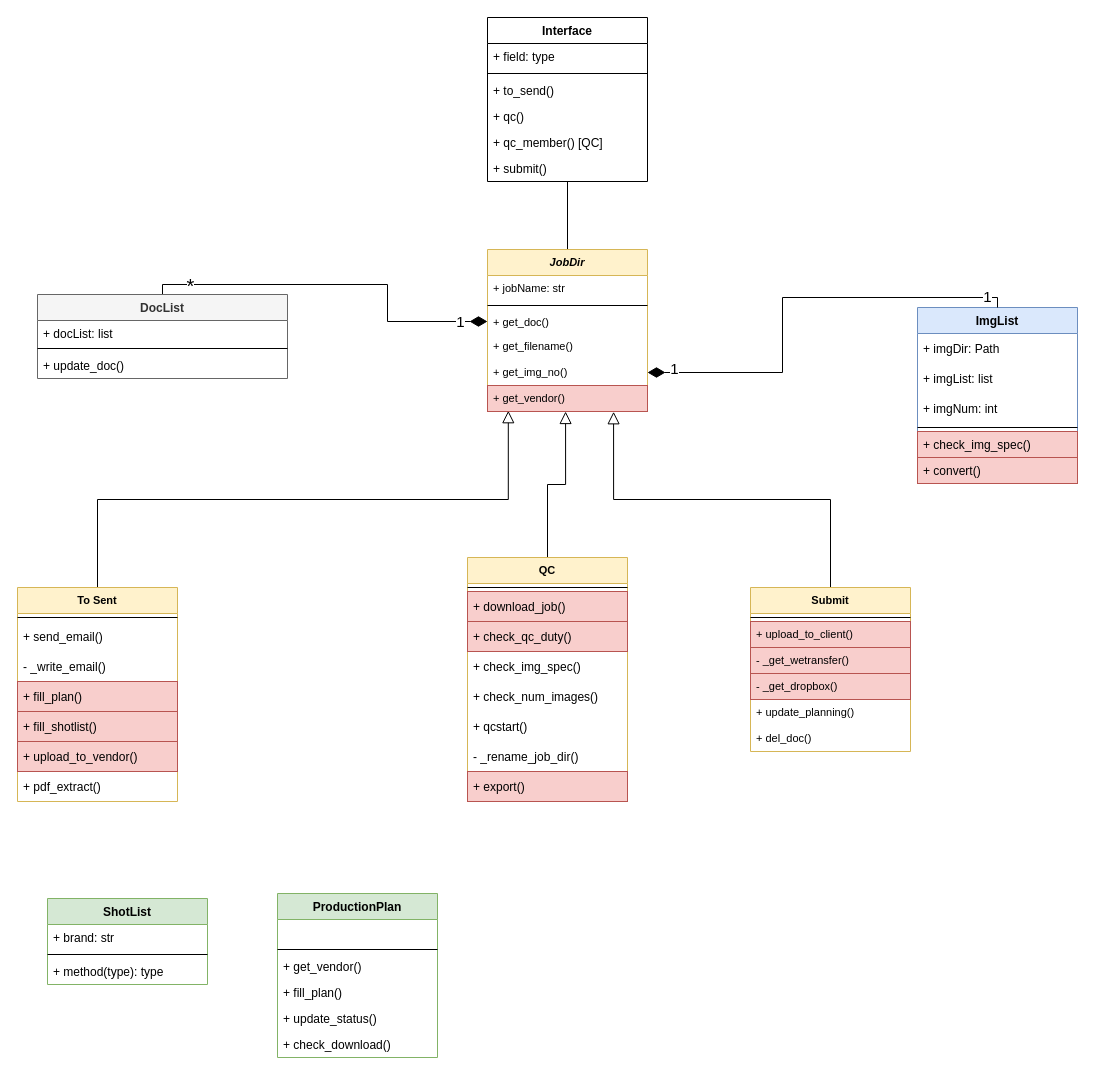
pugtooone/IHS keeps this draw.io diagram as python/IHS Class Diagram.drawio. Above is the earlier version. Source tidied: cells renumbered, new cells numbered last; positions are measured from the earlier drawing's top-left corner, leaving out a move shared by most shapes. Both pictures are drawn from the tidied source at 100%, with x=0, y=0 at pixel (17, 17).
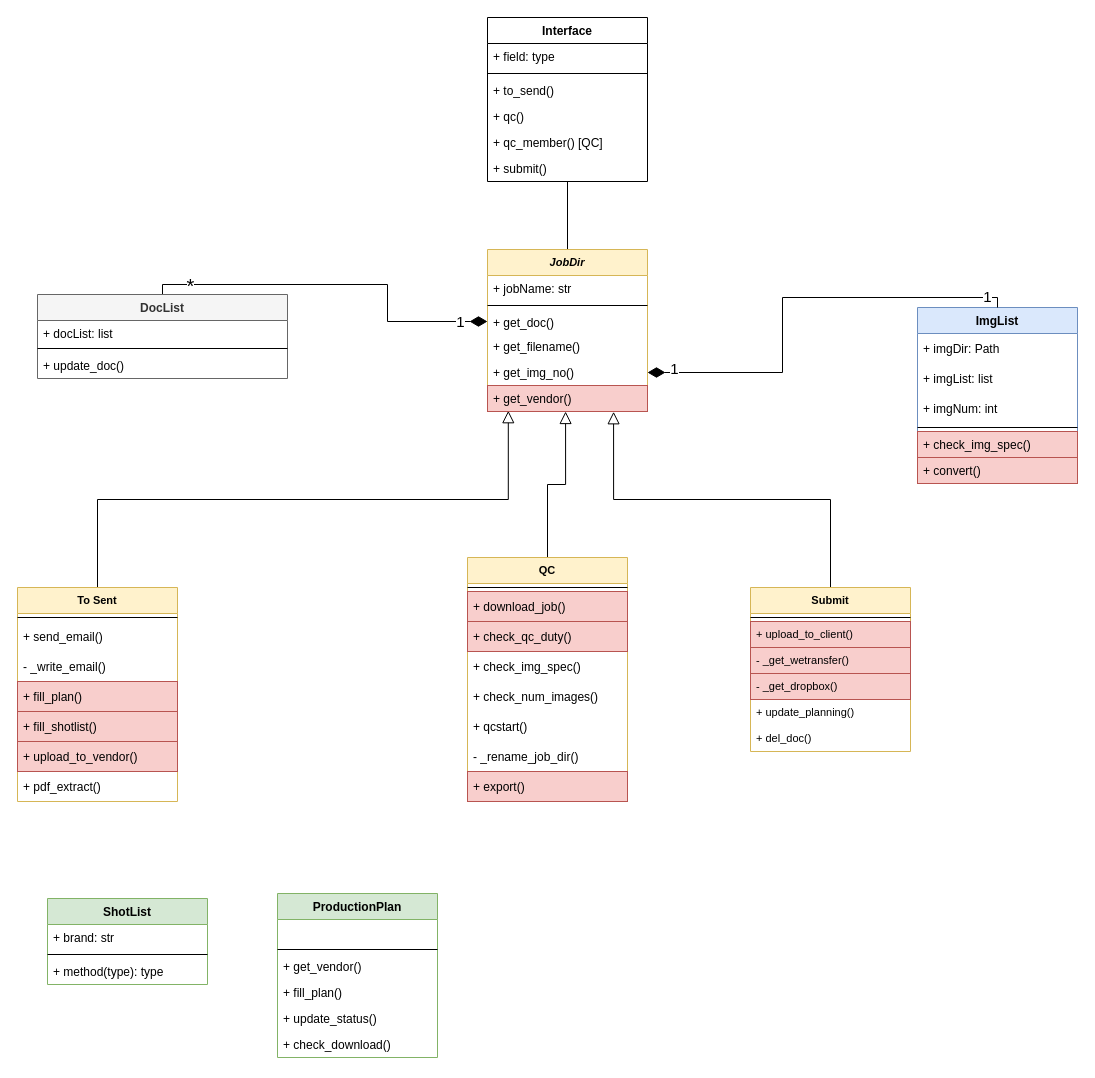
The same page after the edit.

Unchanged cells that the change refers to:
```xml
<mxCell id="36" value="JobDir" style="swimlane;fontStyle=3;align=center;verticalAlign=top;horizontal=1;startSize=26;fontSize=11;fillColor=#fff2cc;strokeColor=#d6b656;" parent="1" vertex="1">
  <mxGeometry x="470" y="232" width="160" height="162" as="geometry" />
</mxCell>
```

Diff of the diagram source:
```diff
@@
-    <mxCell id="37" value="+ jobName: str" style="text;strokeColor=none;fillColor=none;align=left;verticalAlign=top;spacingLeft=4;spacingRight=4;overflow=hidden;fontSize=11;" parent="36" vertex="1">
+    <mxCell id="37" value="+ jobName: str" style="text;strokeColor=none;fillColor=none;align=left;verticalAlign=top;spacingLeft=4;spacingRight=4;overflow=hidden;fontSize=12;" parent="36" vertex="1">
       <mxGeometry y="26" width="160" height="26" as="geometry" />
     </mxCell>
@@
-    <mxCell id="39" value="+ get_doc()" style="text;strokeColor=none;fillColor=none;align=left;verticalAlign=top;spacingLeft=4;spacingRight=4;overflow=hidden;points=[[0,0.5],[1,0.5]];portConstraint=eastwest;fontSize=11;" parent="36" vertex="1">
+    <mxCell id="39" value="+ get_doc()" style="text;strokeColor=none;fillColor=none;align=left;verticalAlign=top;spacingLeft=4;spacingRight=4;overflow=hidden;points=[[0,0.5],[1,0.5]];portConstraint=eastwest;fontSize=12;" parent="36" vertex="1">
       <mxGeometry y="60" width="160" height="24" as="geometry" />
     </mxCell>
-    <mxCell id="40" value="+ get_filename()" style="text;strokeColor=none;fillColor=none;align=left;verticalAlign=top;spacingLeft=4;spacingRight=4;overflow=hidden;fontSize=11;" parent="36" vertex="1">
+    <mxCell id="40" value="+ get_filename()" style="text;strokeColor=none;fillColor=none;align=left;verticalAlign=top;spacingLeft=4;spacingRight=4;overflow=hidden;fontSize=12;" parent="36" vertex="1">
       <mxGeometry y="84" width="160" height="26" as="geometry" />
     </mxCell>
-    <mxCell id="41" value="+ get_img_no()" style="text;strokeColor=none;fillColor=none;align=left;verticalAlign=top;spacingLeft=4;spacingRight=4;overflow=hidden;points=[[0,0.5],[1,0.5]];portConstraint=eastwest;fontSize=11;" parent="36" vertex="1">
+    <mxCell id="41" value="+ get_img_no()" style="text;strokeColor=none;fillColor=none;align=left;verticalAlign=top;spacingLeft=4;spacingRight=4;overflow=hidden;points=[[0,0.5],[1,0.5]];portConstraint=eastwest;fontSize=12;" parent="36" vertex="1">
       <mxGeometry y="110" width="160" height="26" as="geometry" />
     </mxCell>
-    <mxCell id="42" value="+ get_vendor()" style="text;strokeColor=#b85450;fillColor=#f8cecc;align=left;verticalAlign=top;spacingLeft=4;spacingRight=4;overflow=hidden;points=[[0,0.5],[1,0.5]];portConstraint=eastwest;fontSize=11;" parent="36" vertex="1">
+    <mxCell id="42" value="+ get_vendor()" style="text;strokeColor=#b85450;fillColor=#f8cecc;align=left;verticalAlign=top;spacingLeft=4;spacingRight=4;overflow=hidden;points=[[0,0.5],[1,0.5]];portConstraint=eastwest;fontSize=12;" parent="36" vertex="1">
       <mxGeometry y="136" width="160" height="26" as="geometry" />
     </mxCell>
```
